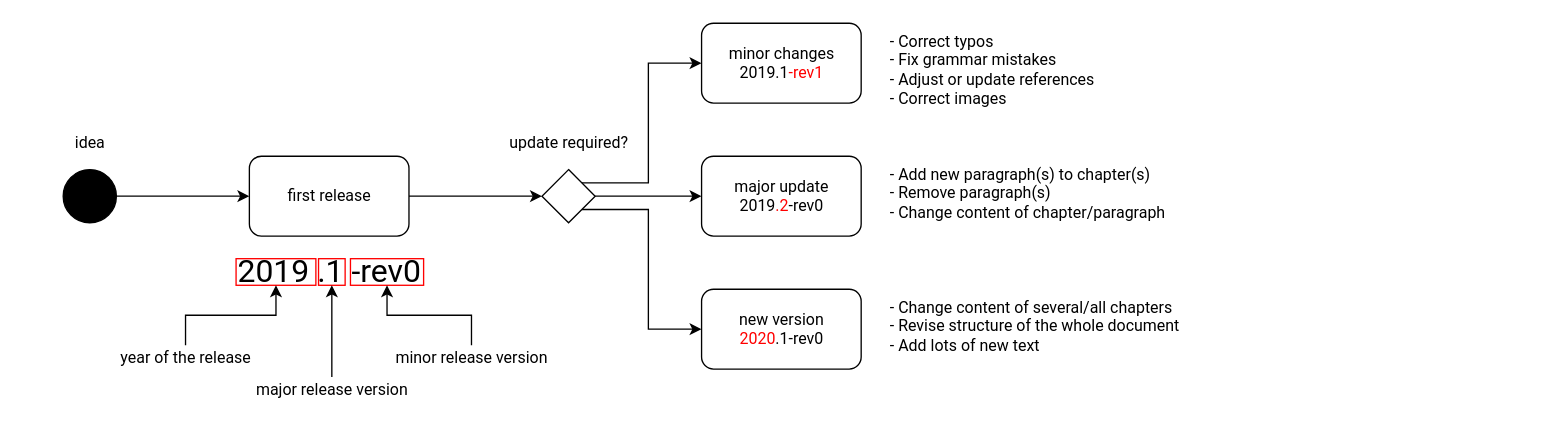
Above: img/release_process.drawio in isaqb-org/github-readme (draw.io), before the change. Source tidied: cells renumbered, new cells numbered last; positions are measured from the earlier drawing's top-left corner, leaving out a move shared by most shapes. Both pictures are drawn from the tidied source at 133%, with x=0, y=0 at pixel (23, 23).
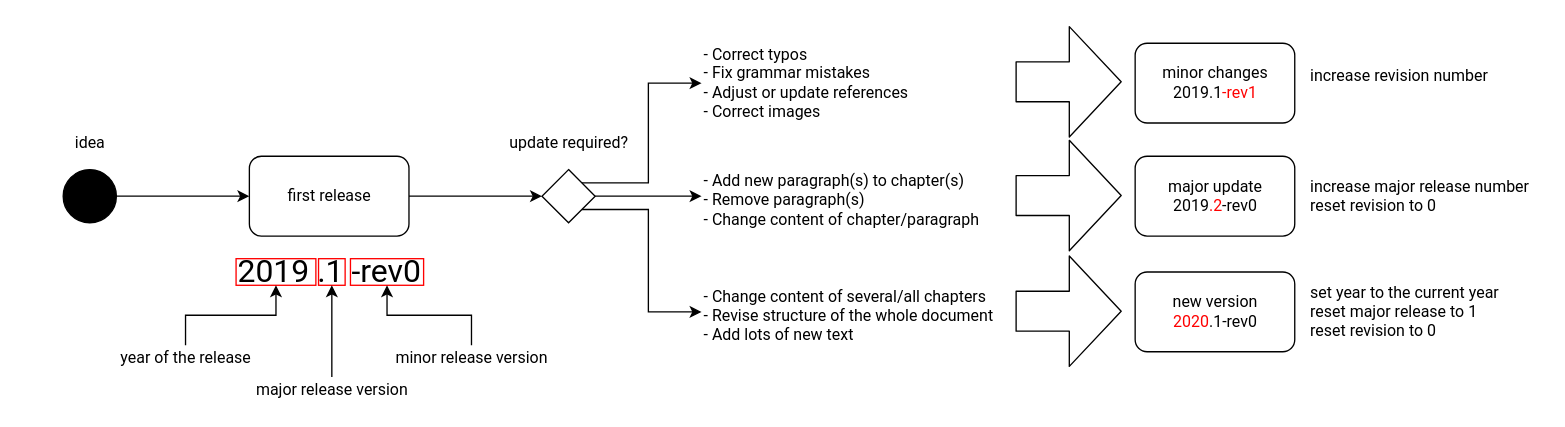
The same diagram, later.

Commit message (it also covers changes not shown here):
Update release information

Unchanged cells that the change refers to:
```xml
<mxCell id="12" style="rhombus;whiteSpace=wrap;html=1;fontFamily=Roboto;" parent="1" vertex="1">
  <mxGeometry x="390" y="110" width="40" height="40" as="geometry" />
</mxCell>
```

The edit, as a diff of the source:
```diff
@@
     <mxCell id="6" value="new version&lt;br&gt;&lt;font color=&quot;#ff0000&quot;&gt;2020&lt;/font&gt;.1-rev0" style="rounded=1;html=1;fontFamily=Roboto;" parent="1" vertex="1">
-      <mxGeometry x="510" y="200" width="120" height="60" as="geometry" />
+      <mxGeometry x="836" y="187" width="120" height="60" as="geometry" />
     </mxCell>
     <mxCell id="7" value="major update&lt;br&gt;2019&lt;font color=&quot;#ff0000&quot;&gt;.2&lt;/font&gt;-rev0" style="rounded=1;html=1;fontFamily=Roboto;" parent="1" vertex="1">
-      <mxGeometry x="510" y="100" width="120" height="60" as="geometry" />
+      <mxGeometry x="836" y="100" width="120" height="60" as="geometry" />
     </mxCell>
     <mxCell id="8" value="minor changes&lt;br&gt;2019.1&lt;font color=&quot;#ff0000&quot;&gt;-rev1&lt;/font&gt;" style="rounded=1;html=1;fontFamily=Roboto;" parent="1" vertex="1">
-      <mxGeometry x="510" width="120" height="60" as="geometry" />
+      <mxGeometry x="836" y="15" width="120" height="60" as="geometry" />
     </mxCell>
-    <mxCell id="9" style="edgeStyle=orthogonalEdgeStyle;rounded=0;jettySize=auto;html=1;exitX=1;exitY=0;exitDx=0;exitDy=0;entryX=0;entryY=0.5;entryDx=0;entryDy=0;fontFamily=Roboto;" parent="1" edge="1" source="12" target="8">
+    <mxCell id="9" style="edgeStyle=orthogonalEdgeStyle;rounded=0;jettySize=auto;html=1;exitX=1;exitY=0;exitDx=0;exitDy=0;fontFamily=Roboto;entryX=0;entryY=0.5;entryDx=0;entryDy=0;" parent="1" edge="1" source="12" target="24">
       <mxGeometry relative="1" as="geometry" />
     </mxCell>
-    <mxCell id="10" style="edgeStyle=orthogonalEdgeStyle;rounded=0;jettySize=auto;html=1;exitX=1;exitY=0.5;exitDx=0;exitDy=0;entryX=0;entryY=0.5;entryDx=0;entryDy=0;fontFamily=Roboto;" parent="1" edge="1" source="12" target="7">
+    <mxCell id="10" style="edgeStyle=orthogonalEdgeStyle;rounded=0;jettySize=auto;html=1;exitX=1;exitY=0.5;exitDx=0;exitDy=0;fontFamily=Roboto;entryX=0;entryY=0.5;entryDx=0;entryDy=0;" parent="1" edge="1" source="12" target="25">
       <mxGeometry relative="1" as="geometry" />
     </mxCell>
-    <mxCell id="11" style="edgeStyle=orthogonalEdgeStyle;rounded=0;jettySize=auto;html=1;exitX=1;exitY=1;exitDx=0;exitDy=0;entryX=0;entryY=0.5;entryDx=0;entryDy=0;fontFamily=Roboto;" parent="1" edge="1" source="12" target="6">
+    <mxCell id="11" style="edgeStyle=orthogonalEdgeStyle;rounded=0;jettySize=auto;html=1;exitX=1;exitY=1;exitDx=0;exitDy=0;fontFamily=Roboto;entryX=0;entryY=0.5;entryDx=0;entryDy=0;" parent="1" edge="1" source="12" target="26">
       <mxGeometry relative="1" as="geometry" />
     </mxCell>
@@
     <mxCell id="24" value="- Correct typos&lt;br&gt;- Fix grammar mistakes&lt;br&gt;- Adjust or update references&lt;br&gt;- Correct images" style="text;html=1;strokeColor=none;fillColor=none;align=left;verticalAlign=top;rounded=0;fontSize=12;fontFamily=Roboto;" parent="1" vertex="1">
-      <mxGeometry x="650" width="160" height="70" as="geometry" />
+      <mxGeometry x="510" y="10" width="160" height="70" as="geometry" />
     </mxCell>
     <mxCell id="25" value="- Add new paragraph(s) to chapter(s)&lt;br&gt;- Remove paragraph(s)&lt;br&gt;- Change content of chapter/paragraph" style="text;html=1;strokeColor=none;fillColor=none;align=left;verticalAlign=top;rounded=0;fontSize=12;fontFamily=Roboto;" parent="1" vertex="1">
-      <mxGeometry x="650" y="100" width="220" height="50" as="geometry" />
+      <mxGeometry x="510" y="105" width="220" height="50" as="geometry" />
     </mxCell>
     <mxCell id="26" value="- Change content of several/all chapters&lt;br&gt;- Revise structure of the whole document&lt;br&gt;- Add lots of new text" style="text;html=1;strokeColor=none;fillColor=none;align=left;verticalAlign=top;rounded=0;fontSize=12;fontFamily=Roboto;" parent="1" vertex="1">
-      <mxGeometry x="650" y="200" width="220" height="50" as="geometry" />
+      <mxGeometry x="510" y="192" width="220" height="50" as="geometry" />
     </mxCell>
@@
+    <mxCell id="28" style="shape=flexArrow;endArrow=classic;html=1;fontFamily=Roboto;fontSize=12;endWidth=52;endSize=12.67;width=30;" parent="1" edge="1">
+      <mxGeometry relative="1" as="geometry">
+        <mxPoint x="746" y="44" as="sourcePoint" />
+        <mxPoint x="826" y="44" as="targetPoint" />
+      </mxGeometry>
+    </mxCell>
+    <mxCell id="29" style="shape=flexArrow;endArrow=classic;html=1;fontFamily=Roboto;fontSize=12;endWidth=52;endSize=12.67;width=30;" parent="1" edge="1">
+      <mxGeometry relative="1" as="geometry">
+        <mxPoint x="746" y="216.5" as="sourcePoint" />
+        <mxPoint x="826" y="216.5" as="targetPoint" />
+      </mxGeometry>
+    </mxCell>
+    <mxCell id="30" style="shape=flexArrow;endArrow=classic;html=1;fontFamily=Roboto;fontSize=12;endWidth=52;endSize=12.67;width=30;" parent="1" edge="1">
+      <mxGeometry relative="1" as="geometry">
+        <mxPoint x="746" y="129.5" as="sourcePoint" />
+        <mxPoint x="826" y="129.5" as="targetPoint" />
+      </mxGeometry>
+    </mxCell>
+    <mxCell id="31" value="increase revision number" style="text;html=1;strokeColor=none;fillColor=none;align=left;verticalAlign=middle;rounded=0;fontSize=12;fontFamily=Roboto;" parent="1" vertex="1">
+      <mxGeometry x="966" y="30" width="150" height="20" as="geometry" />
+    </mxCell>
+    <mxCell id="32" value="increase major release number&lt;br&gt;reset revision to 0" style="text;html=1;strokeColor=none;fillColor=none;align=left;verticalAlign=middle;rounded=0;fontSize=12;fontFamily=Roboto;" parent="1" vertex="1">
+      <mxGeometry x="966" y="110" width="177" height="40" as="geometry" />
+    </mxCell>
+    <mxCell id="33" value="set year to the current year&lt;br&gt;reset major release to 1&lt;br&gt;reset revision to 0" style="text;html=1;strokeColor=none;fillColor=none;align=left;verticalAlign=middle;rounded=0;fontSize=12;fontFamily=Roboto;" parent="1" vertex="1">
+      <mxGeometry x="966" y="197" width="177" height="40" as="geometry" />
+    </mxCell>
```
